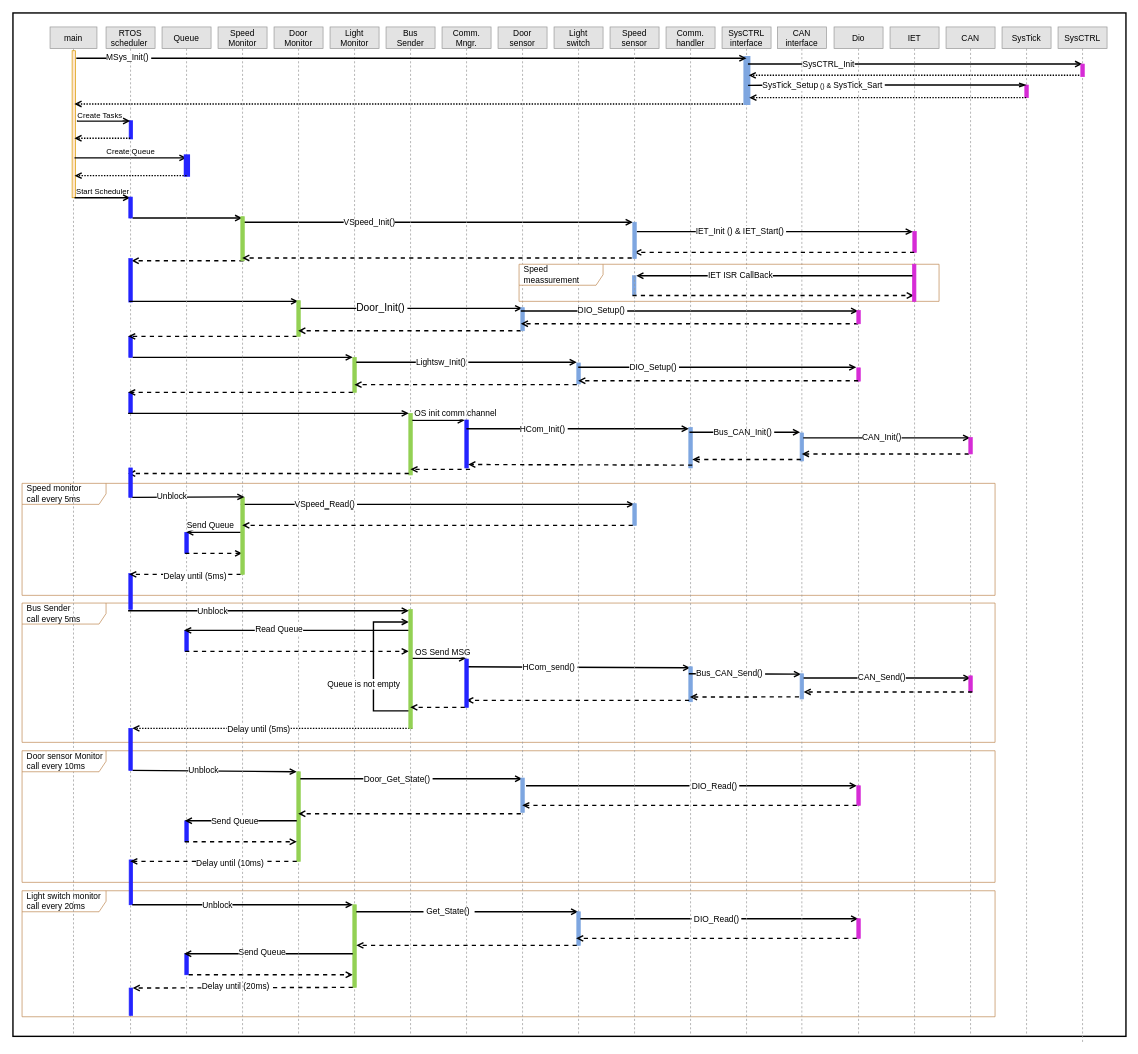
Before: page "ECU 1" (1 of 11) of 3-Automotive_Door_Monitor_Dynamic_Deesign-Page.drawio in Mohamed-abdullah-hassan/EG-FWD_Automotive_door_control, a draw.io diagram. Source tidied: cells renumbered, new cells numbered last; positions are measured from the earlier drawing's top-left corner, leaving out a move shared by most shapes. Both pictures are drawn from the tidied source at 70%, with x=0, y=0 at pixel (13, 13).
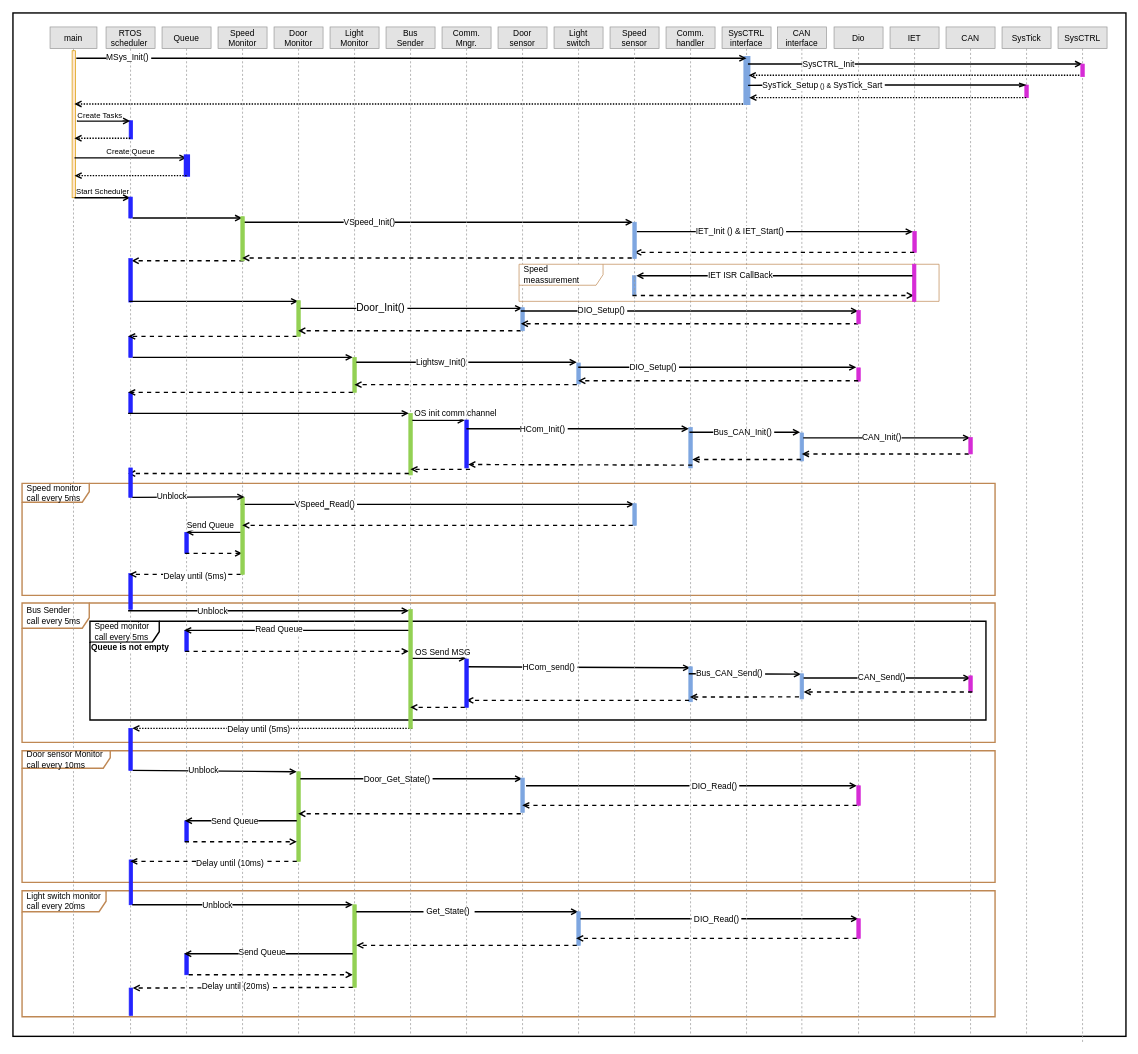
The same page after the edit.

Unchanged cells that the change refers to:
```xml
<mxCell id="2" style="rounded=0;whiteSpace=wrap;html=1;strokeWidth=2;" parent="1" vertex="1">
  <mxGeometry width="1590" height="1462" as="geometry" />
</mxCell>
<mxCell id="8" value="main" style="shape=umlLifeline;perimeter=lifelinePerimeter;whiteSpace=wrap;html=1;size=31;fillColor=#E3E3E3;strokeColor=#999999;" parent="2" vertex="1">
  <mxGeometry x="53" y="20" width="67" height="1440" as="geometry" />
</mxCell>
<mxCell id="71" value="Bus&lt;br&gt;Sender" style="shape=umlLifeline;perimeter=lifelinePerimeter;whiteSpace=wrap;html=1;outlineConnect=0;size=31;fillColor=#E3E3E3;strokeColor=#999999;" parent="2" vertex="1">
  <mxGeometry x="533" y="20" width="70" height="1440" as="geometry" />
</mxCell>
```

Change to the diagram source:
```diff
@@
+    <mxCell id="6" value="Bus Sender&lt;br&gt;call every 5ms" style="shape=umlFrame;whiteSpace=wrap;html=1;width=96;height=36;boundedLbl=1;verticalAlign=middle;align=left;spacingLeft=5;strokeWidth=2;strokeColor=#BF8854;" parent="2" vertex="1">
+      <mxGeometry x="13" y="843" width="1390" height="199" as="geometry" />
+    </mxCell>
+    <mxCell id="188" value="Speed monitor&amp;nbsp;&lt;br&gt;call every 5ms" style="shape=umlFrame;whiteSpace=wrap;html=1;width=99;height=30;boundedLbl=1;verticalAlign=middle;align=left;spacingLeft=5;strokeWidth=2;strokeColor=#000000;" parent="2" vertex="1">
+      <mxGeometry x="110" y="869" width="1280" height="141" as="geometry" />
+    </mxCell>
@@
-    <mxCell id="5" value="Light switch monitor&amp;nbsp;&lt;br&gt;call every 20ms" style="shape=umlFrame;whiteSpace=wrap;html=1;width=120;height=30;boundedLbl=1;verticalAlign=middle;align=left;spacingLeft=5;strokeWidth=1;strokeColor=#BF8854;" parent="2" vertex="1">
+    <mxCell id="5" value="Light switch monitor&amp;nbsp;&lt;br&gt;call every 20ms" style="shape=umlFrame;whiteSpace=wrap;html=1;width=120;height=30;boundedLbl=1;verticalAlign=middle;align=left;spacingLeft=5;strokeWidth=2;strokeColor=#BF8854;" parent="2" vertex="1">
       <mxGeometry x="13" y="1254" width="1390" height="180" as="geometry" />
     </mxCell>
-    <mxCell id="6" value="Bus Sender&lt;br&gt;call every 5ms" style="shape=umlFrame;whiteSpace=wrap;html=1;width=120;height=30;boundedLbl=1;verticalAlign=middle;align=left;spacingLeft=5;strokeWidth=1;strokeColor=#BF8854;" parent="2" vertex="1">
-      <mxGeometry x="13" y="843" width="1390" height="199" as="geometry" />
-    </mxCell>
-    <mxCell id="7" value="Speed monitor&amp;nbsp;&lt;br&gt;call every 5ms" style="shape=umlFrame;whiteSpace=wrap;html=1;width=120;height=30;boundedLbl=1;verticalAlign=middle;align=left;spacingLeft=5;strokeWidth=1;strokeColor=#BF8854;" parent="2" vertex="1">
+    <mxCell id="7" value="Speed monitor&amp;nbsp;&lt;br&gt;call every 5ms" style="shape=umlFrame;whiteSpace=wrap;html=1;width=96;height=27;boundedLbl=1;verticalAlign=middle;align=left;spacingLeft=5;strokeWidth=2;strokeColor=#BF8854;" parent="2" vertex="1">
       <mxGeometry x="13" y="672" width="1390" height="160" as="geometry" />
     </mxCell>
@@
-    <mxCell id="12" value="Door sensor Monitor &lt;br&gt;call every 10ms" style="shape=umlFrame;whiteSpace=wrap;html=1;width=120;height=30;boundedLbl=1;verticalAlign=middle;align=left;spacingLeft=5;strokeWidth=1;strokeColor=#BF8854;" parent="8" vertex="1">
+    <mxCell id="12" value="Door sensor Monitor &lt;br&gt;call every 10ms" style="shape=umlFrame;whiteSpace=wrap;html=1;width=126;height=25;boundedLbl=1;verticalAlign=middle;align=left;spacingLeft=5;strokeWidth=2;strokeColor=#BF8854;" parent="8" vertex="1">
       <mxGeometry x="-40" y="1034" width="1390" height="188" as="geometry" />
     </mxCell>
@@
-    <mxCell id="83" style="html=1;verticalAlign=bottom;labelBackgroundColor=none;endArrow=open;endFill=0;rounded=0;strokeWidth=2;edgeStyle=orthogonalEdgeStyle;" parent="71" edge="1">
-      <mxGeometry relative="1" as="geometry">
-        <mxPoint x="37" y="977" as="sourcePoint" />
-        <mxPoint x="32.5" y="850" as="targetPoint" />
-        <Array as="points">
-          <mxPoint x="-18" y="977" />
-          <mxPoint x="-18" y="850" />
-        </Array>
-      </mxGeometry>
-    </mxCell>
-    <mxCell id="84" value="Queue is not empty" style="edgeLabel;html=1;align=center;verticalAlign=middle;fontSize=12;" parent="83" vertex="1">
-      <mxGeometry x="-0.2" y="1" relative="1" as="geometry">
-        <mxPoint x="-14" y="-1" as="offset" />
-      </mxGeometry>
-    </mxCell>
@@
+    <mxCell id="84" value="&lt;span style=&quot;color: rgb(0, 0, 0); font-family: Helvetica; font-size: 12px; font-style: normal; font-variant-ligatures: normal; font-variant-caps: normal; letter-spacing: normal; orphans: 2; text-align: center; text-indent: 0px; text-transform: none; widows: 2; word-spacing: 0px; -webkit-text-stroke-width: 0px; background-color: rgb(255, 255, 255); text-decoration-thickness: initial; text-decoration-style: initial; text-decoration-color: initial; float: none; display: inline !important;&quot;&gt;Queue is not empty&lt;/span&gt;" style="text;whiteSpace=wrap;html=1;fontStyle=1;" parent="2" vertex="1">
+      <mxGeometry x="110" y="893" width="120" height="30" as="geometry" />
+    </mxCell>
```
